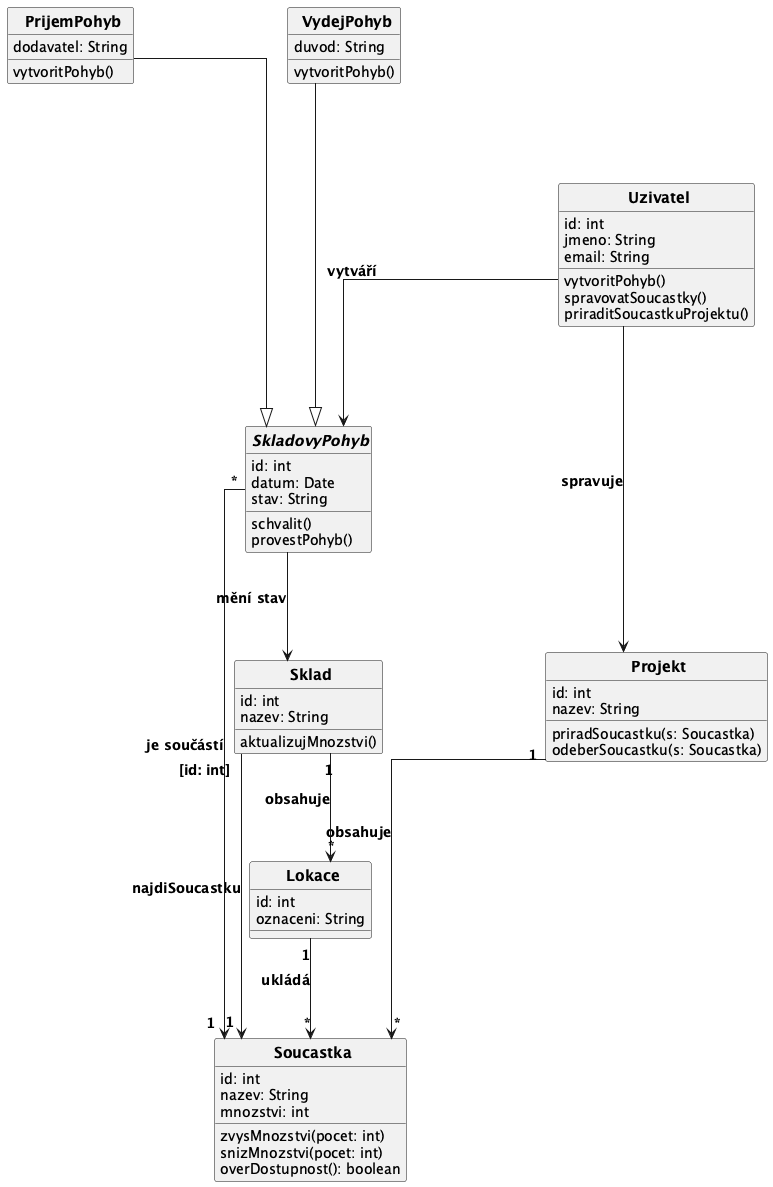
This is diagrams/docs/images/02_class_diagram.png from lkvapil/wms-elektronicke-soucastky, a PlantUML export, as it was before one commit. Its diagram source:
```plantuml
@startuml
top to bottom direction
skinparam CircledCharacterRadius 0
skinparam CircledCharacterFontSize 0
skinparam defaultFontSize 14
skinparam classFontSize 15
skinparam classFontStyle bold
skinparam ArrowFontSize 14
skinparam ArrowFontStyle bold
skinparam linetype ortho
skinparam nodesep 142
skinparam ranksep 100

class Uzivatel {
  id: int
  jmeno: String
  email: String
  vytvoritPohyb()
  spravovatSoucastky()
  priraditSoucastkuProjektu()
}

class Projekt {
  id: int
  nazev: String
  priradSoucastku(s: Soucastka)
  odeberSoucastku(s: Soucastka)
}

class Soucastka {
  id: int
  nazev: String
  mnozstvi: int
  zvysMnozstvi(pocet: int)
  snizMnozstvi(pocet: int)
  overDostupnost(): boolean
}

abstract class SkladovyPohyb {
  id: int
  datum: Date
  stav: String
  schvalit()
  provestPohyb()
}

class PrijemPohyb {
  dodavatel: String
  vytvoritPohyb()
}

class VydejPohyb {
  duvod: String
  vytvoritPohyb()
}

class Sklad {
  id: int
  nazev: String
  aktualizujMnozstvi()
}

class Lokace {
  id: int
  oznaceni: String
}

PrijemPohyb --|> SkladovyPohyb
VydejPohyb --|> SkladovyPohyb

Sklad "[id: int]" --> "1" Soucastka : najdiSoucastku

Projekt "1" --> "*" Soucastka : obsahuje
SkladovyPohyb "*" --> "1" Soucastka : je součástí
Sklad "1" --> "*" Lokace : obsahuje
Lokace "1" --> "*" Soucastka : ukládá
SkladovyPohyb --> Sklad : mění stav

Uzivatel --> SkladovyPohyb : vytváří
Uzivatel --> Projekt : spravuje

PrijemPohyb -[hidden]right- VydejPohyb
SkladovyPohyb -[hidden]down- Sklad
Sklad -[hidden]down- Lokace
VydejPohyb -[hidden]down- Uzivatel
Uzivatel -[hidden]down- Projekt
Projekt -[hidden]down- Soucastka

@enduml
```
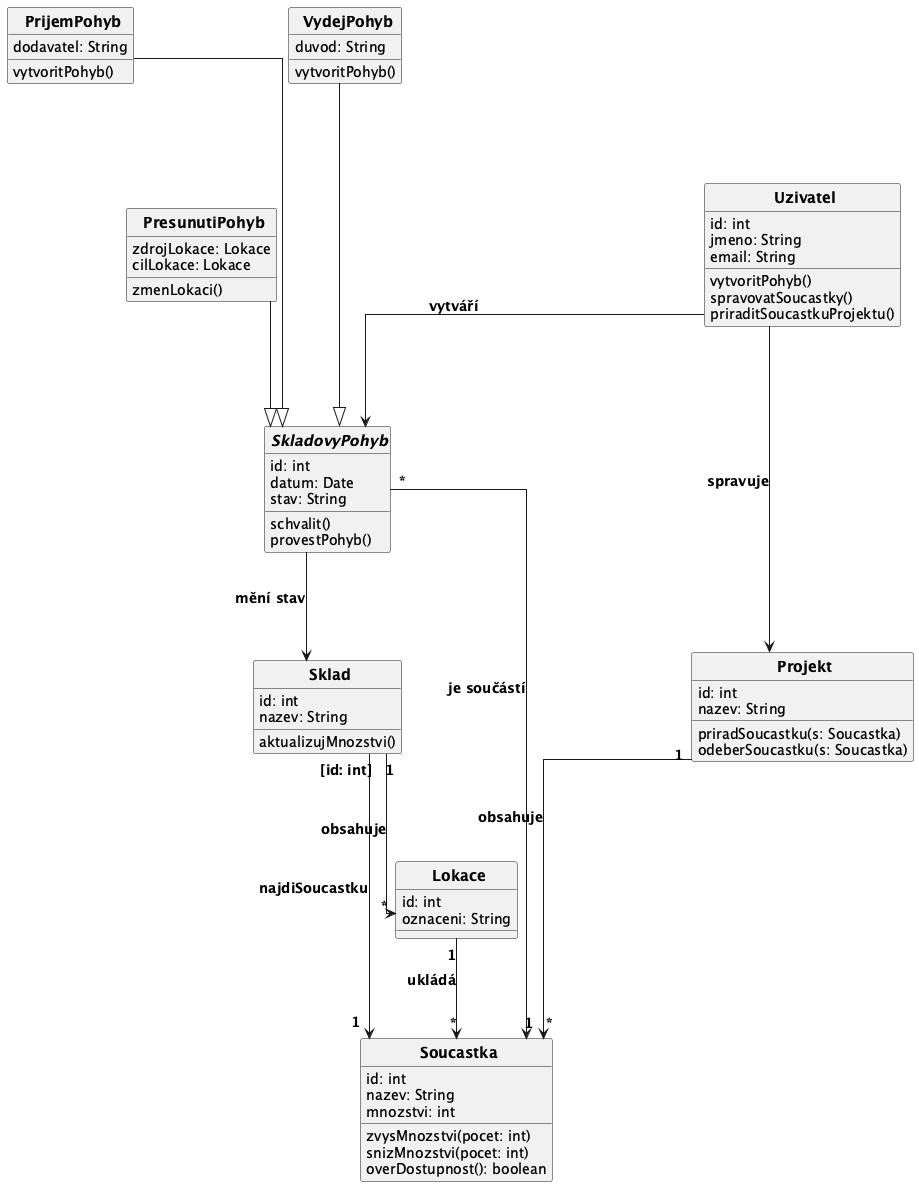
The same diagram one commit later.

Commit message:
feat: pridana trida PresunutiPohyb do class diagramu a dokumentace

The edit, as a diff of the source:
```diff
@@ -54,6 +54,12 @@
   vytvoritPohyb()
 }
 
+class PresunutiPohyb {
+  zdrojLokace: Lokace
+  cilLokace: Lokace
+  zmenLokaci()
+}
+
 class Sklad {
   id: int
   nazev: String
@@ -67,6 +73,7 @@
 
 PrijemPohyb --|> SkladovyPohyb
 VydejPohyb --|> SkladovyPohyb
+PresunutiPohyb --|> SkladovyPohyb
 
 Sklad "[id: int]" --> "1" Soucastka : najdiSoucastku
 
@@ -80,6 +87,7 @@
 Uzivatel --> Projekt : spravuje
 
 PrijemPohyb -[hidden]right- VydejPohyb
+VydejPohyb -[hidden]right- PresunutiPohyb
 SkladovyPohyb -[hidden]down- Sklad
 Sklad -[hidden]down- Lokace
 VydejPohyb -[hidden]down- Uzivatel
```
